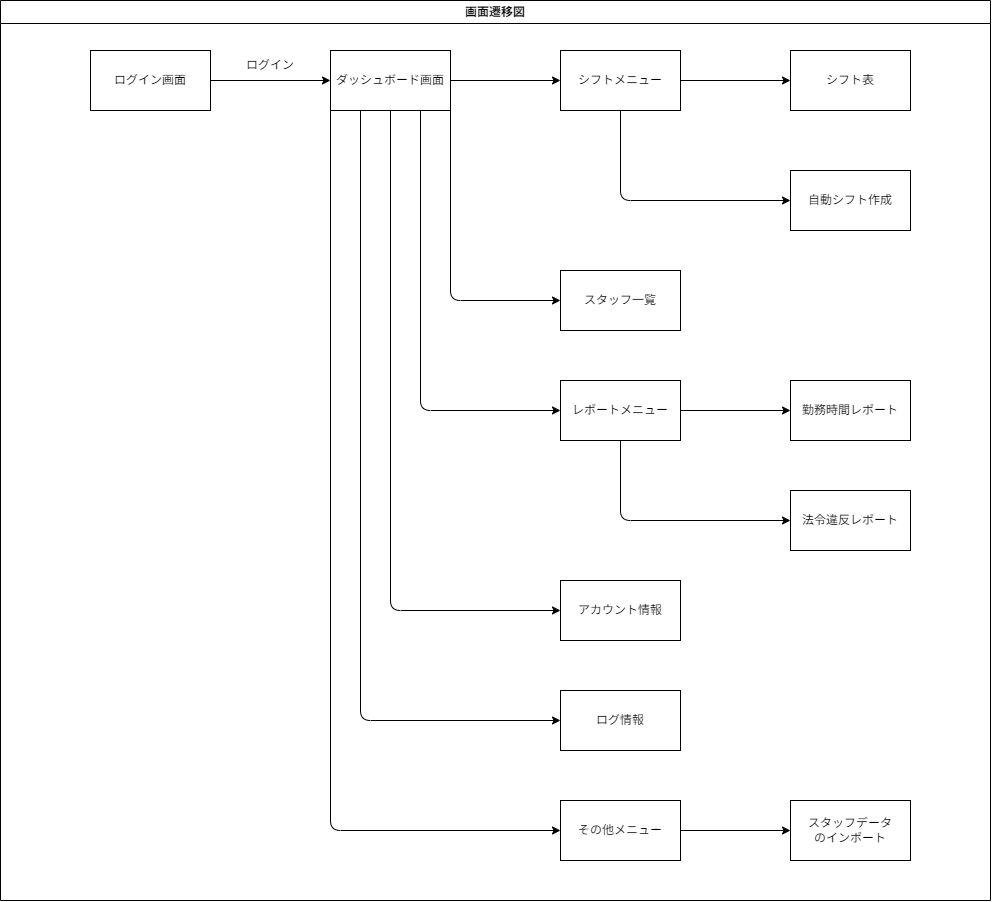
Earlier version of the draw.io export docs/diagrams/画面遷移図.drawio.png (OMEGA-himajin/JyakunenPrac1). Source tidied: cells renumbered, new cells last; positions are measured from the earlier drawing's top-left corner, leaving out a move shared by most shapes.
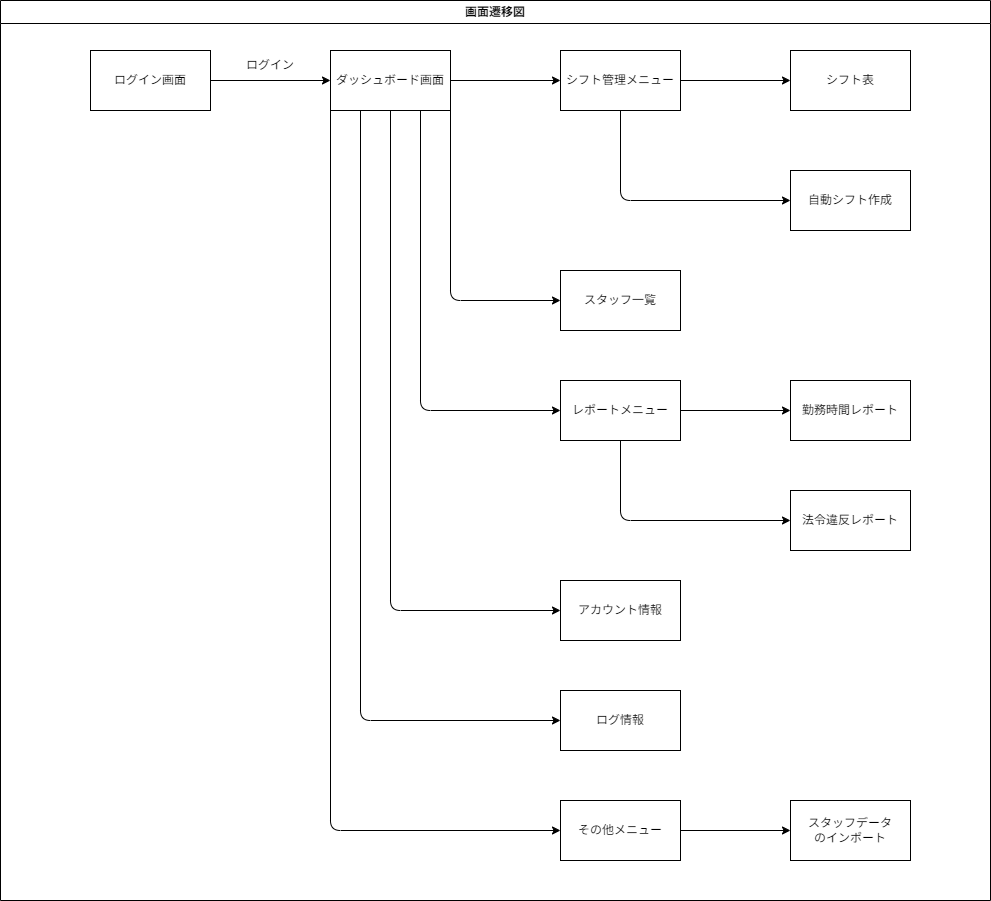
Later version of the same file.

Commit message:
doc: シフトメニューをシフト管理メニューに名称変更

The edit, as a diff of the source:
```diff
@@ -65,7 +65,7 @@
         </Array>
       </mxGeometry>
     </mxCell>
-    <mxCell id="15" value="シフトメニュー" style="rounded=0;whiteSpace=wrap;html=1;" parent="2" vertex="1">
+    <mxCell id="15" value="シフト管理メニュー" style="rounded=0;whiteSpace=wrap;html=1;" parent="2" vertex="1">
       <mxGeometry x="560" y="50" width="120" height="60" as="geometry" />
     </mxCell>
     <mxCell id="16" value="スタッフ一覧" style="rounded=0;whiteSpace=wrap;html=1;" parent="2" vertex="1">
```
